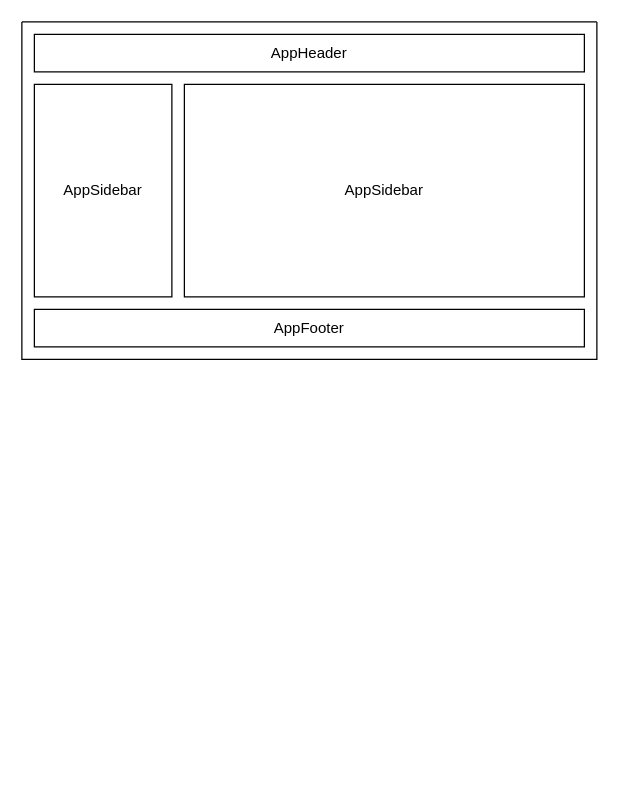
Earlier version of the draw.io diagram page "layouts" (2 of 2) of docs/ru/vue-webapp/architecture.drawio (vuesence/vue-faq). Source tidied: cells renumbered, new cells numbered last; positions are measured from the earlier drawing's top-left corner, leaving out a move shared by most shapes. Both pictures are drawn from the tidied source at 125%, with x=0, y=0 at pixel (21, 21).
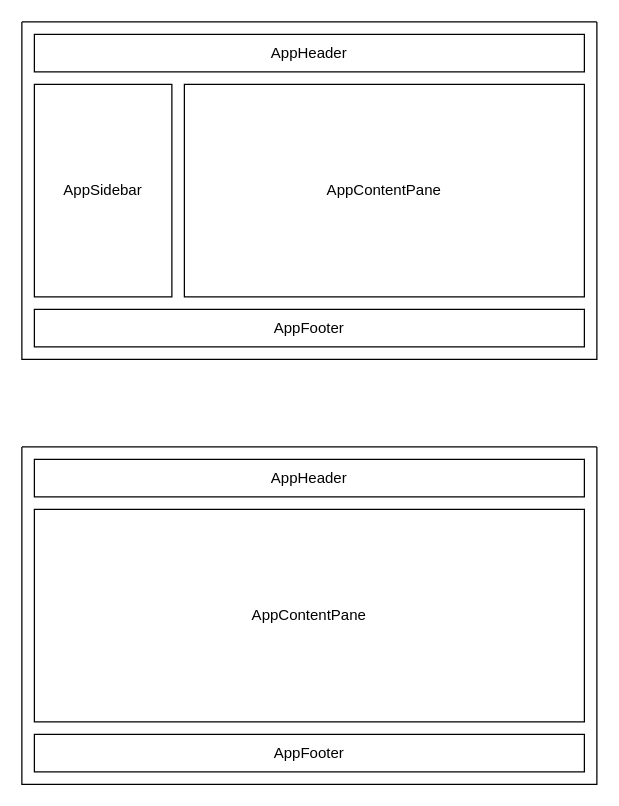
Above is the later version.

What changed in the source:
```diff
@@
 <mxGraphModel>
   <root>
     <mxCell id="0" />
     <mxCell id="1" parent="0" />
     <mxCell id="2" style="swimlane;startSize=0;" parent="1" vertex="1">
       <mxGeometry width="460" height="270" as="geometry" />
     </mxCell>
     <mxCell id="3" value="AppHeader" style="rounded=0;whiteSpace=wrap;html=1;" parent="2" vertex="1">
       <mxGeometry x="10" y="10" width="440" height="30" as="geometry" />
     </mxCell>
     <mxCell id="4" value="AppFooter" style="rounded=0;whiteSpace=wrap;html=1;" parent="2" vertex="1">
       <mxGeometry x="10" y="230" width="440" height="30" as="geometry" />
     </mxCell>
-    <mxCell id="5" value="AppSidebar" style="rounded=0;whiteSpace=wrap;html=1;" parent="2" vertex="1">
+    <mxCell id="5" value="AppContentPane" style="rounded=0;whiteSpace=wrap;html=1;" parent="2" vertex="1">
       <mxGeometry x="130" y="50" width="320" height="170" as="geometry" />
     </mxCell>
     <mxCell id="6" value="AppSidebar" style="rounded=0;whiteSpace=wrap;html=1;" parent="1" vertex="1">
       <mxGeometry x="10" y="50" width="110" height="170" as="geometry" />
     </mxCell>
+    <mxCell id="7" style="swimlane;startSize=0;" parent="1" vertex="1">
+      <mxGeometry y="340" width="460" height="270" as="geometry" />
+    </mxCell>
+    <mxCell id="8" value="AppHeader" style="rounded=0;whiteSpace=wrap;html=1;" parent="7" vertex="1">
+      <mxGeometry x="10" y="10" width="440" height="30" as="geometry" />
+    </mxCell>
+    <mxCell id="9" value="AppFooter" style="rounded=0;whiteSpace=wrap;html=1;" parent="7" vertex="1">
+      <mxGeometry x="10" y="230" width="440" height="30" as="geometry" />
+    </mxCell>
+    <mxCell id="10" value="AppContentPane" style="rounded=0;whiteSpace=wrap;html=1;" parent="7" vertex="1">
+      <mxGeometry x="10" y="50" width="440" height="170" as="geometry" />
+    </mxCell>
   </root>
 </mxGraphModel>
```
